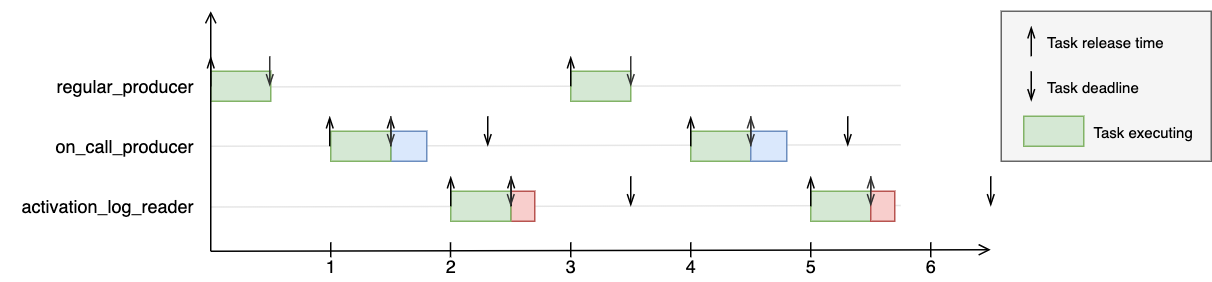
Above: report/images/timeline-offsets.png in jiayihu/SRT (draw.io), before the change. Source tidied: cells renumbered, new cells last; positions are measured from the earlier drawing's top-left corner, leaving out a move shared by most shapes.
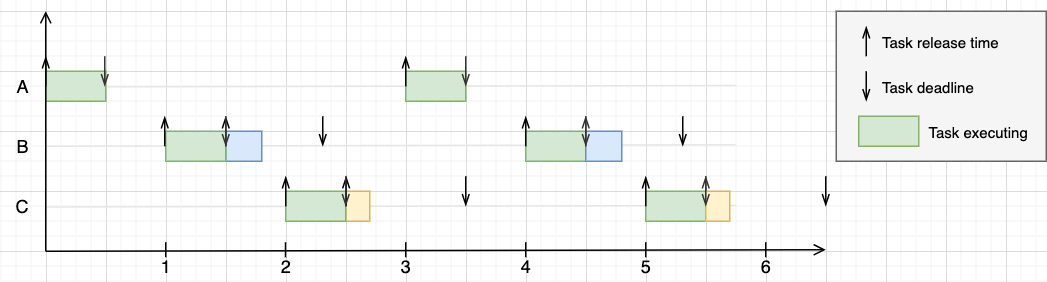
After the commit.

Change to the diagram source:
```diff
@@ -38,14 +38,14 @@
     <mxCell id="10" value="5" style="text;html=1;align=center;verticalAlign=middle;" parent="1" vertex="1">
       <mxGeometry x="530" y="160" width="20" height="20" as="geometry" />
     </mxCell>
-    <mxCell id="11" style="whiteSpace=wrap;html=1;fillColor=#f8cecc;strokeColor=#b85450;" parent="1" vertex="1">
+    <mxCell id="11" style="whiteSpace=wrap;html=1;fillColor=#fff2cc;strokeColor=#d6b656;" parent="1" vertex="1">
       <mxGeometry x="340" y="120" width="16" height="20" as="geometry" />
     </mxCell>
     <mxCell id="12" style="whiteSpace=wrap;html=1;fillColor=#dae8fc;strokeColor=#6c8ebf;" parent="1" vertex="1">
       <mxGeometry x="260" y="80" width="24" height="20" as="geometry" />
     </mxCell>
-    <mxCell id="13" value="regular_producer" style="text;html=1;align=right;verticalAlign=middle;" parent="1" vertex="1">
-      <mxGeometry x="20" y="40" width="110" height="20" as="geometry" />
+    <mxCell id="13" value="A" style="text;html=1;align=right;verticalAlign=middle;" parent="1" vertex="1">
+      <mxGeometry x="110" y="40" width="20" height="20" as="geometry" />
     </mxCell>
     <mxCell id="14" style="whiteSpace=wrap;html=1;fillColor=#d5e8d4;strokeColor=#82b366;" parent="1" vertex="1">
       <mxGeometry x="140" y="40" width="40" height="20" as="geometry" />
@@ -230,7 +230,7 @@
         <mxPoint x="580" y="130" as="targetPoint" />
       </mxGeometry>
     </mxCell>
-    <mxCell id="50" style="whiteSpace=wrap;html=1;fillColor=#f8cecc;strokeColor=#b85450;" parent="1" vertex="1">
+    <mxCell id="50" style="whiteSpace=wrap;html=1;fillColor=#fff2cc;strokeColor=#d6b656;" parent="1" vertex="1">
       <mxGeometry x="580" y="120" width="16" height="20" as="geometry" />
     </mxCell>
     <mxCell id="51" style="endArrow=openThin;html=1;strokeWidth=1;endFill=0;" parent="1" edge="1">
@@ -266,11 +266,11 @@
     <mxCell id="56" value="6" style="text;html=1;align=center;verticalAlign=middle;" parent="1" vertex="1">
       <mxGeometry x="610" y="160" width="20" height="20" as="geometry" />
     </mxCell>
-    <mxCell id="57" value="on_call_producer" style="text;html=1;align=right;verticalAlign=middle;" parent="1" vertex="1">
-      <mxGeometry x="20" y="80" width="110" height="20" as="geometry" />
+    <mxCell id="57" value="B" style="text;html=1;align=right;verticalAlign=middle;" parent="1" vertex="1">
+      <mxGeometry x="110" y="80" width="20" height="20" as="geometry" />
     </mxCell>
-    <mxCell id="58" value="activation_log_reader" style="text;html=1;align=right;verticalAlign=middle;" parent="1" vertex="1">
-      <mxGeometry y="120" width="130" height="20" as="geometry" />
+    <mxCell id="58" value="C" style="text;html=1;align=right;verticalAlign=middle;" parent="1" vertex="1">
+      <mxGeometry x="110" y="120" width="20" height="20" as="geometry" />
     </mxCell>
   </root>
 </mxGraphModel>
```
